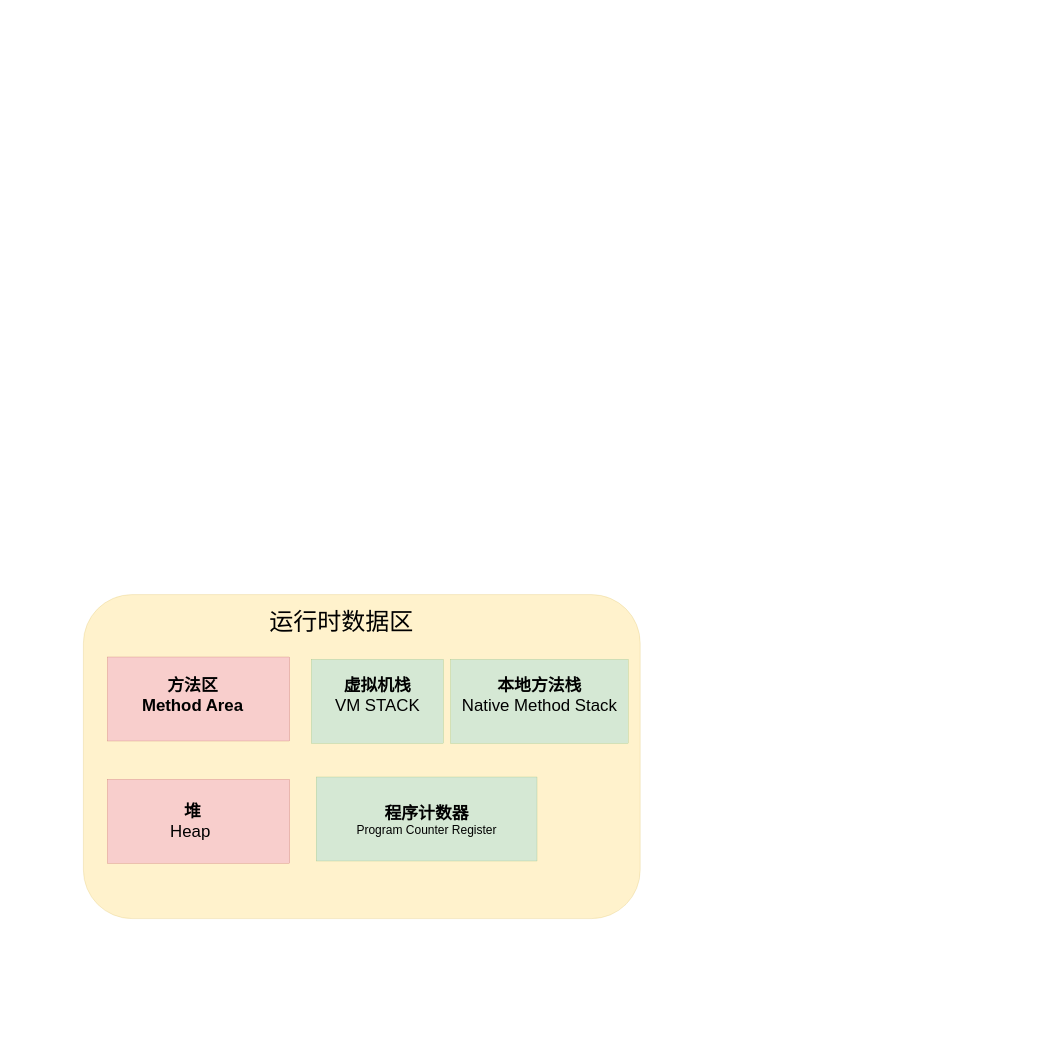
The draw.io diagram jvm内存模型.drawio in maoqingcode/diagrams, before the edit. Source tidied: cells renumbered, new cells numbered last; positions are measured from the earlier drawing's top-left corner, leaving out a move shared by most shapes. Both pictures are drawn from the tidied source at 24%, with x=0, y=0 at pixel (83, 594).
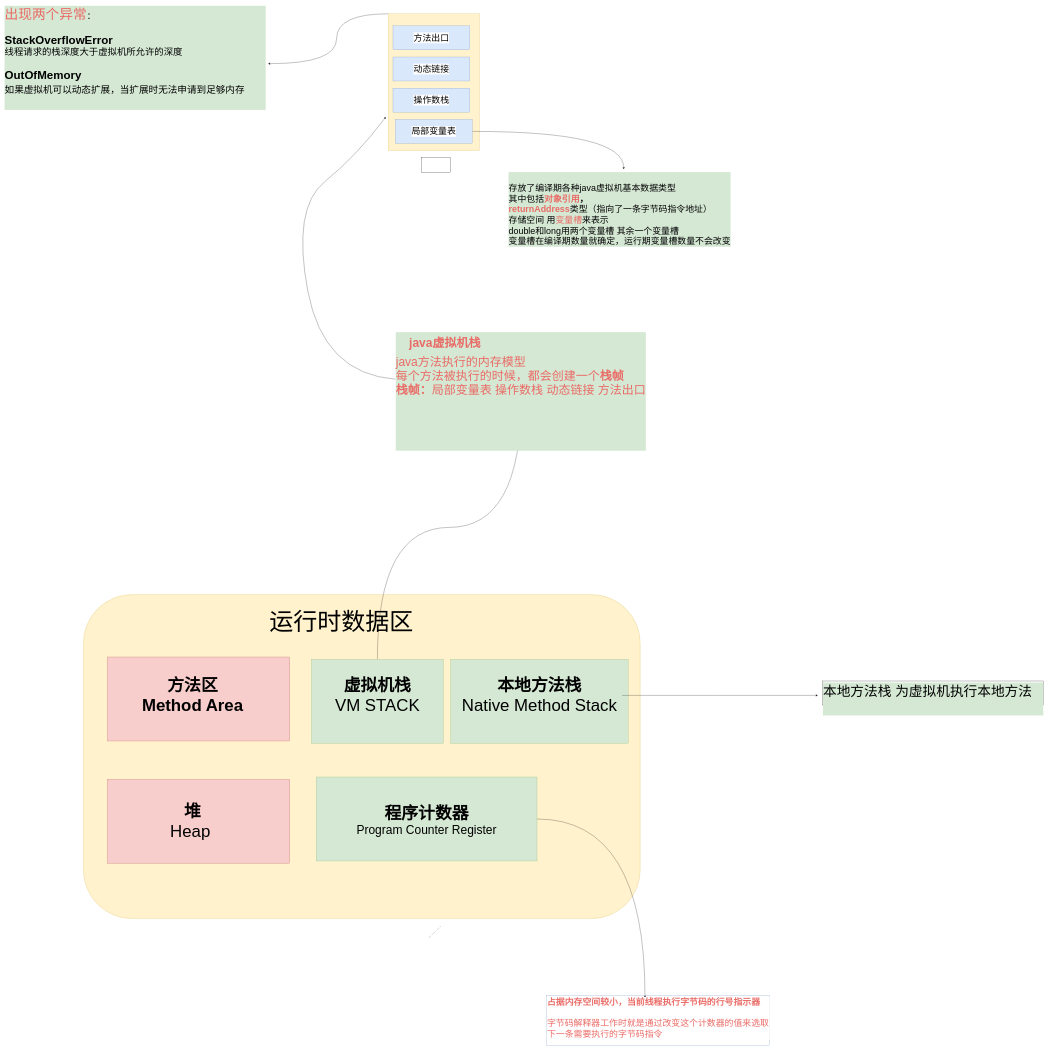
After the change.

The change refers to these unchanged cells:
```xml
<mxCell id="8" style="rounded=0;whiteSpace=wrap;html=1;fillColor=#d5e8d4;strokeColor=#82b366;" parent="1" vertex="1">
  <mxGeometry x="950" y="270" width="550" height="350" as="geometry" />
</mxCell>
<mxCell id="10" style="rounded=0;whiteSpace=wrap;html=1;fillColor=#d5e8d4;strokeColor=#82b366;" parent="1" vertex="1">
  <mxGeometry x="970" y="760" width="920" height="350" as="geometry" />
</mxCell>
<mxCell id="12" value="&lt;font style=&quot;font-size: 70px&quot;&gt;&lt;b&gt;本地方法栈&lt;br&gt;&lt;/b&gt;Native Method Stack&lt;br&gt;&lt;/font&gt;" style="text;html=1;strokeColor=none;fillColor=none;align=center;verticalAlign=middle;whiteSpace=wrap;rounded=0;" parent="1" vertex="1">
  <mxGeometry x="1555" y="340" width="690" height="160" as="geometry" />
</mxCell>
```

What changed in the source:
```diff
@@
+    <mxCell id="14" style="edgeStyle=orthogonalEdgeStyle;curved=1;jettySize=auto;html=1;exitX=0.5;exitY=0;exitDx=0;exitDy=0;strokeColor=#000000;fontSize=37;" parent="1" edge="1" source="8" target="20">
+      <mxGeometry relative="1" as="geometry" />
+    </mxCell>
@@
+    <mxCell id="15" style="edgeStyle=orthogonalEdgeStyle;jettySize=auto;html=1;curved=1;strokeColor=none;" parent="1" edge="1" source="10">
+      <mxGeometry relative="1" as="geometry">
+        <mxPoint x="1430" y="1860" as="targetPoint" />
+      </mxGeometry>
+    </mxCell>
+    <mxCell id="16" style="edgeStyle=orthogonalEdgeStyle;curved=1;jettySize=auto;html=1;strokeColor=#000000;" parent="1" edge="1" source="10">
+      <mxGeometry relative="1" as="geometry">
+        <mxPoint x="2340" y="1680" as="targetPoint" />
+      </mxGeometry>
+    </mxCell>
@@
+    <mxCell id="17" style="edgeStyle=orthogonalEdgeStyle;curved=1;jettySize=auto;html=1;strokeColor=#000000;fontSize=37;" parent="1" edge="1" source="12">
+      <mxGeometry relative="1" as="geometry">
+        <mxPoint x="3060" y="420" as="targetPoint" />
+      </mxGeometry>
+    </mxCell>
@@
+    <mxCell id="18" style="endArrow=none;dashed=1;html=1;dashPattern=1 3;strokeWidth=2;" parent="1" edge="1">
+      <mxGeometry relative="1" as="geometry">
+        <mxPoint x="1440" y="1430" as="sourcePoint" />
+        <mxPoint x="1490" y="1380" as="targetPoint" />
+      </mxGeometry>
+    </mxCell>
+    <mxCell id="19" value="&lt;span style=&quot;background-color: rgb(255 , 255 , 255)&quot;&gt;&lt;font color=&quot;#ea6b66&quot;&gt;&lt;b&gt;占据内存空间较小，当前线程执行字节码的行号指示器&lt;br&gt;&lt;/b&gt;&lt;br&gt;字节码解释器工作时就是通过改变这个计数器的值来选取下一条需要执行的字节码指令&lt;br&gt;&lt;/font&gt;&lt;/span&gt;" style="text;html=1;strokeColor=#6c8ebf;align=left;verticalAlign=top;whiteSpace=wrap;rounded=0;labelBackgroundColor=#ffffff;fontSize=37;horizontal=1;" parent="1" vertex="1">
+      <mxGeometry x="1930" y="1670" width="930" height="210" as="geometry" />
+    </mxCell>
+    <mxCell id="20" value="&lt;h1&gt;&lt;font style=&quot;font-size: 50px&quot; color=&quot;#ea6b66&quot;&gt;&amp;nbsp; &amp;nbsp; java虚拟机栈&lt;/font&gt;&lt;/h1&gt;&lt;div&gt;&lt;font style=&quot;font-size: 50px&quot; color=&quot;#ea6b66&quot;&gt;java方法执行的内存模型&lt;/font&gt;&lt;/div&gt;&lt;div&gt;&lt;font style=&quot;font-size: 50px&quot; color=&quot;#ea6b66&quot;&gt;每个方法被执行的时候，都会创建一个&lt;b&gt;栈帧&lt;/b&gt;&lt;/font&gt;&lt;/div&gt;&lt;div&gt;&lt;font style=&quot;font-size: 50px&quot; color=&quot;#ea6b66&quot;&gt;&lt;b&gt;栈帧：&lt;/b&gt;局部变量表 操作数栈 动态链接 方法出口&lt;/font&gt;&lt;/div&gt;&lt;div&gt;&lt;font style=&quot;font-size: 50px&quot; color=&quot;#ea6b66&quot;&gt;&lt;br&gt;&lt;/font&gt;&lt;/div&gt;&lt;div&gt;&lt;font style=&quot;font-size: 50px&quot; color=&quot;#ea6b66&quot;&gt;&lt;br&gt;&lt;/font&gt;&lt;/div&gt;&lt;div style=&quot;font-size: 35px&quot;&gt;&lt;font style=&quot;font-size: 35px&quot; color=&quot;#ea6b66&quot;&gt;&lt;br&gt;&lt;/font&gt;&lt;/div&gt;&lt;div&gt;&lt;font style=&quot;font-size: 50px&quot;&gt;&lt;br&gt;&lt;/font&gt;&lt;/div&gt;" style="text;html=1;strokeColor=none;fillColor=none;align=left;verticalAlign=top;whiteSpace=wrap;rounded=0;labelBackgroundColor=#D5E8D4;" parent="1" vertex="1">
+      <mxGeometry x="1300" y="-1100" width="1050" height="270" as="geometry" />
+    </mxCell>
+    <mxCell id="21" style="curved=1;endArrow=classic;html=1;strokeColor=#000000;fontSize=37;exitX=0;exitY=0.75;exitDx=0;exitDy=0;" parent="1" edge="1" source="20">
+      <mxGeometry relative="1" as="geometry">
+        <mxPoint x="1260" y="-1990" as="targetPoint" />
+        <Array as="points">
+          <mxPoint x="1000" y="-920" />
+          <mxPoint x="870" y="-1610" />
+          <mxPoint x="1140" y="-1830" />
+        </Array>
+      </mxGeometry>
+    </mxCell>
+    <mxCell id="22" style="edgeStyle=orthogonalEdgeStyle;curved=1;jettySize=auto;html=1;exitX=0;exitY=0;exitDx=0;exitDy=0;strokeColor=#000000;fontSize=37;entryX=1.009;entryY=0.576;entryDx=0;entryDy=0;entryPerimeter=0;" parent="1" edge="1" source="23" target="31">
+      <mxGeometry relative="1" as="geometry">
+        <Array as="points">
+          <mxPoint x="1055" y="-2420" />
+          <mxPoint x="1055" y="-2212" />
+        </Array>
+      </mxGeometry>
+    </mxCell>
+    <mxCell id="23" style="rounded=0;whiteSpace=wrap;html=1;labelBackgroundColor=#ffffff;fillColor=#fff2cc;fontSize=37;align=left;strokeColor=#d6b656;" parent="1" vertex="1">
+      <mxGeometry x="1270" y="-2420" width="380" height="570" as="geometry" />
+    </mxCell>
+    <mxCell id="24" style="edgeStyle=orthogonalEdgeStyle;curved=1;jettySize=auto;html=1;strokeColor=#000000;fontSize=37;entryX=0.512;entryY=-0.04;entryDx=0;entryDy=0;entryPerimeter=0;" parent="1" edge="1" source="25" target="29">
+      <mxGeometry relative="1" as="geometry">
+        <Array as="points">
+          <mxPoint x="2251" y="-1930" />
+        </Array>
+      </mxGeometry>
+    </mxCell>
+    <mxCell id="25" value="局部变量表" style="rounded=0;whiteSpace=wrap;html=1;labelBackgroundColor=#ffffff;fillColor=#dae8fc;fontSize=37;align=center;strokeColor=#6c8ebf;" parent="1" vertex="1">
+      <mxGeometry x="1300" y="-1980" width="320" height="100" as="geometry" />
+    </mxCell>
+    <mxCell id="26" value="操作数栈" style="rounded=0;whiteSpace=wrap;html=1;labelBackgroundColor=#ffffff;fillColor=#dae8fc;fontSize=37;align=center;strokeColor=#6c8ebf;" parent="1" vertex="1">
+      <mxGeometry x="1290" y="-2110" width="320" height="100" as="geometry" />
+    </mxCell>
+    <mxCell id="27" value="动态链接" style="rounded=0;whiteSpace=wrap;html=1;labelBackgroundColor=#ffffff;fillColor=#dae8fc;fontSize=37;align=center;strokeColor=#6c8ebf;" parent="1" vertex="1">
+      <mxGeometry x="1290" y="-2240" width="320" height="100" as="geometry" />
+    </mxCell>
+    <mxCell id="28" value="方法出口" style="rounded=0;whiteSpace=wrap;html=1;labelBackgroundColor=#ffffff;fillColor=#dae8fc;fontSize=37;align=center;strokeColor=#6c8ebf;" parent="1" vertex="1">
+      <mxGeometry x="1290" y="-2370" width="320" height="100" as="geometry" />
+    </mxCell>
+    <mxCell id="29" value="&lt;br&gt;存放了编译期各种java虚拟机基本数据类型&lt;br&gt;其中包括&lt;font color=&quot;#ea6b66&quot; style=&quot;font-weight: bold&quot;&gt;对象引用&lt;/font&gt;&lt;b&gt;，&lt;/b&gt;&lt;br&gt;&lt;font color=&quot;#ea6b66&quot; style=&quot;font-weight: bold&quot;&gt;returnAddress&lt;/font&gt;类型（指向了一条字节码指令地址）&lt;br&gt;存储空间 用&lt;font color=&quot;#ea6b66&quot;&gt;变量槽&lt;/font&gt;来表示&lt;br&gt;double和long用两个变量槽 其余一个变量槽&lt;br&gt;变量槽在编译期数量就确定，运行期变量槽数量不会改变" style="text;html=1;align=left;verticalAlign=middle;points=[];fontSize=37;labelBackgroundColor=#D5E8D4;" parent="1" vertex="1">
+      <mxGeometry x="1770" y="-1760" width="940" height="310" as="geometry" />
+    </mxCell>
+    <mxCell id="30" style="rounded=0;whiteSpace=wrap;html=1;labelBackgroundColor=#D5E8D4;fillColor=none;gradientColor=none;fontSize=37;align=left;" parent="1" vertex="1">
+      <mxGeometry x="1410" y="-1820" width="120" height="60" as="geometry" />
+    </mxCell>
+    <mxCell id="31" value="&lt;font color=&quot;#ea6b66&quot; style=&quot;font-size: 57px&quot;&gt;出现两个异常&lt;/font&gt;：&lt;br&gt;&lt;br&gt;&lt;b&gt;&lt;font style=&quot;font-size: 48px&quot;&gt;StackOverflowError&lt;br&gt;&lt;/font&gt;&lt;/b&gt;&lt;font&gt;&lt;font style=&quot;font-size: 39px&quot;&gt;线程请求的栈深度大于虚拟机所允许的深度&lt;/font&gt;&lt;br&gt;&lt;br&gt;&lt;b style=&quot;font-size: 48px&quot;&gt;OutOfMemory&lt;br&gt;&lt;/b&gt;&lt;/font&gt;&lt;font&gt;&lt;font style=&quot;font-size: 40px&quot;&gt;如果虚拟机可以动态扩展，当扩展时无法申请到足够内存&lt;/font&gt;&lt;b style=&quot;font-size: 48px&quot;&gt;&amp;nbsp; &amp;nbsp; &amp;nbsp; &amp;nbsp; &amp;nbsp; &amp;nbsp; &amp;nbsp; &amp;nbsp; &amp;nbsp; &amp;nbsp; &amp;nbsp; &amp;nbsp; &amp;nbsp; &amp;nbsp; &amp;nbsp; &amp;nbsp; &amp;nbsp; &amp;nbsp; &amp;nbsp;&amp;nbsp;&lt;/b&gt;&lt;/font&gt;" style="text;html=1;strokeColor=none;fillColor=none;align=left;verticalAlign=top;whiteSpace=wrap;rounded=0;labelBackgroundColor=#D5E8D4;fontSize=37;" parent="1" vertex="1">
+      <mxGeometry x="-330" y="-2460" width="1090" height="430" as="geometry" />
+    </mxCell>
+    <mxCell id="32" value="本地方法栈 为虚拟机执行本地方法&amp;nbsp; &amp;nbsp;" style="rounded=0;whiteSpace=wrap;html=1;labelBackgroundColor=#D5E8D4;fillColor=none;gradientColor=none;fontSize=57;align=left;verticalAlign=top;" parent="1" vertex="1">
+      <mxGeometry x="3080" y="360" width="920" height="100" as="geometry" />
+    </mxCell>
```
